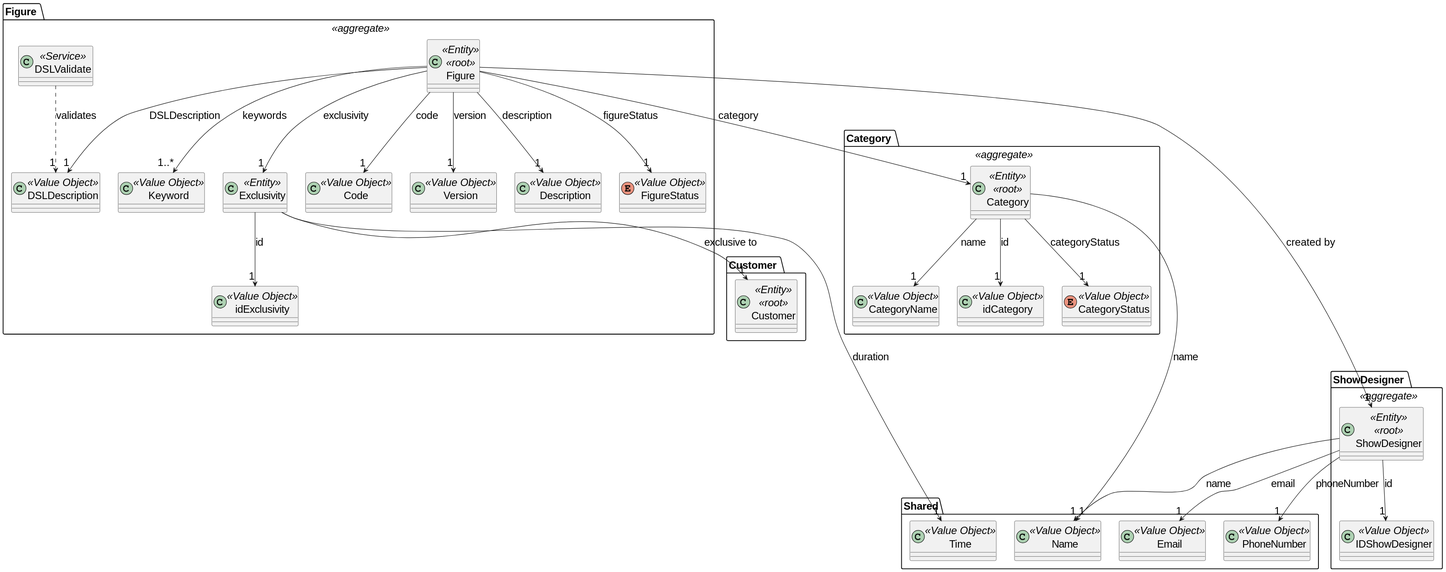
Before: docs/global_artifacts/analysis/images/domain_model_figure.svg, a diagram exported from PlantUML (diogoveirospro/sem4pi-2024-2025-sem4pi_2024_2025_g44).
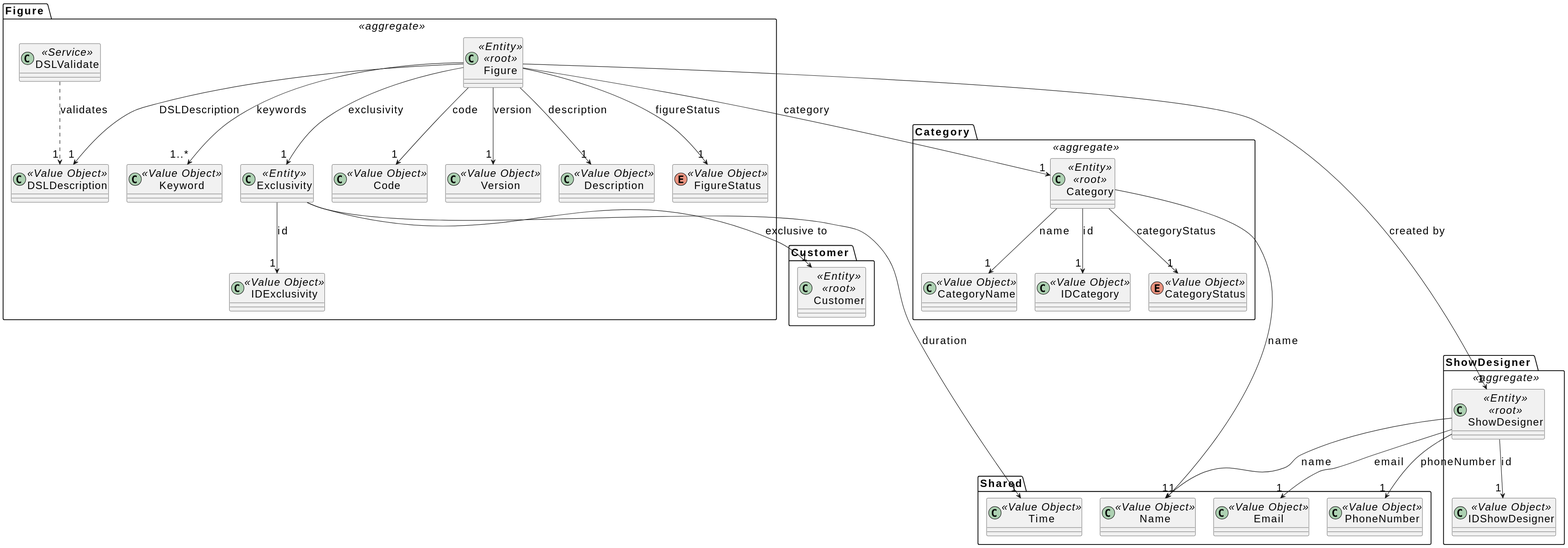
Above is the later version.

Commit message:
Adding the customer representative status to the domain model and updating the glossary in line with the new changes to it.

The edit, as a diff of the source:
```diff
@@ -33,7 +33,7 @@
     class Exclusivity <<Entity>>{
     }
 
-    class idExclusivity <<Value Object>>{
+    class IDExclusivity <<Value Object>>{
     }
 
     class DSLValidate <<Service>>{
@@ -51,7 +51,7 @@
     DSLValidate ..> "1" DSLDescription: validates
 
     Exclusivity --> "1" Customer: exclusive to
-    Exclusivity --> "1" idExclusivity: id
+    Exclusivity --> "1" IDExclusivity: id
 }
 
 package "Category " <<aggregate>>{
@@ -59,7 +59,7 @@
     class Category <<Entity>> <<root>>{
     }
 
-    class idCategory <<Value Object>>{
+    class IDCategory <<Value Object>>{
     }
 
     enum CategoryStatus <<Value Object>>{
@@ -68,7 +68,7 @@
     class CategoryName <<Value Object>>{
     }
 
-    Category --> "1" idCategory: id
+    Category --> "1" IDCategory: id
     Category --> "1" CategoryStatus: categoryStatus
     Category --> "1" CategoryName: name
 
```
